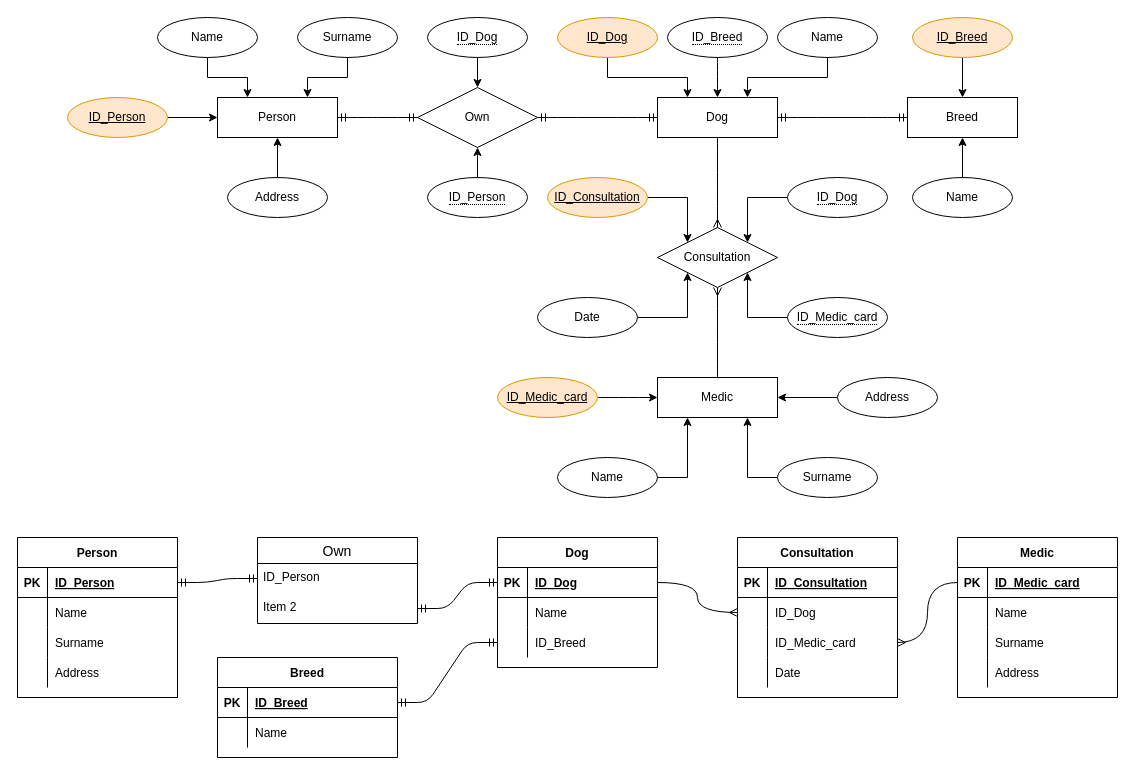
Earlier version of the draw.io diagram Laborator1/ex3/ex3.drawio (TabanschiAlex/Gestiunea-informatiei). Source tidied: cells renumbered, new cells numbered last; positions are measured from the earlier drawing's top-left corner, leaving out a move shared by most shapes. Both pictures are drawn from the tidied source at 100%, with x=0, y=0 at pixel (17, 17).
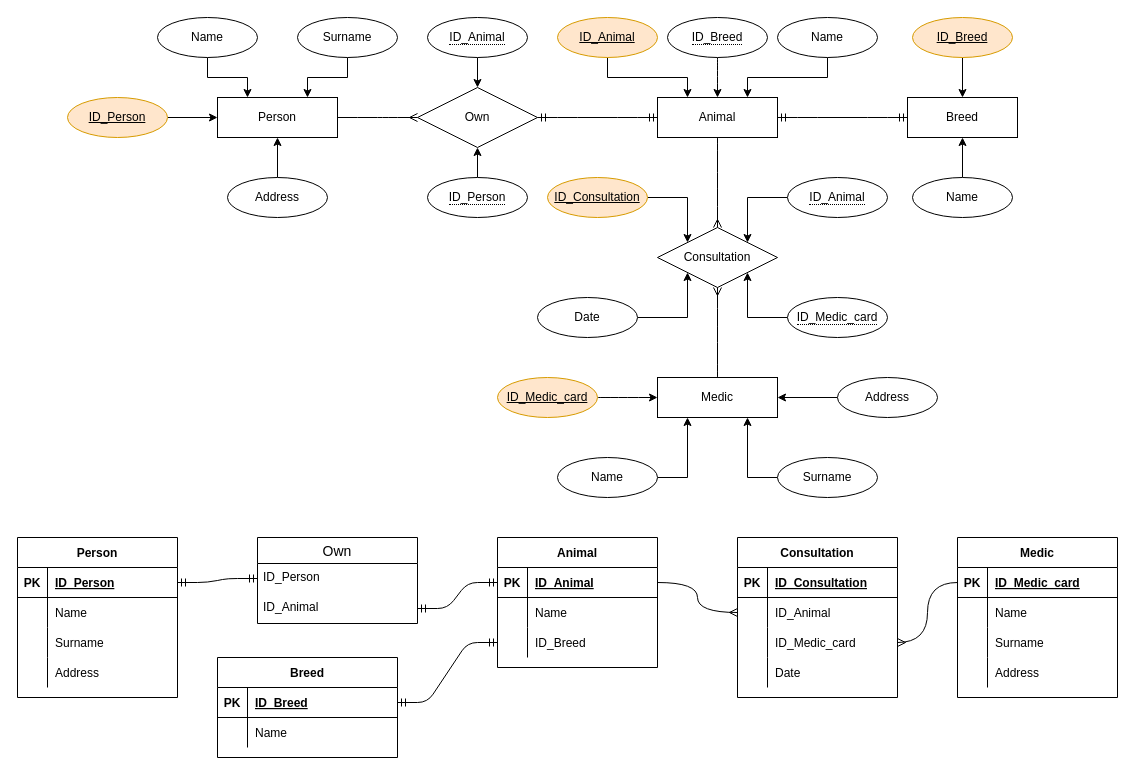
Above is the later version.

Unchanged cells that the change refers to:
```xml
<mxCell id="2" value="Person" style="whiteSpace=wrap;html=1;align=center;" parent="1" vertex="1">
  <mxGeometry x="200" y="80" width="120" height="40" as="geometry" />
</mxCell>
<mxCell id="11" value="Own" style="shape=rhombus;perimeter=rhombusPerimeter;whiteSpace=wrap;html=1;align=center;" parent="1" vertex="1">
  <mxGeometry x="400" y="70" width="120" height="60" as="geometry" />
</mxCell>
<mxCell id="64" value="Own" style="swimlane;fontStyle=0;horizontal=1;startSize=26;align=center;fontSize=14;" parent="1" vertex="1">
  <mxGeometry x="240" y="520" width="160" height="86" as="geometry" />
</mxCell>
<mxCell id="69" style="shape=partialRectangle;fillColor=none;top=0;left=0;bottom=1;right=0;points=[[0,0.5],[1,0.5]];portConstraint=eastwest;" parent="68" vertex="1">
  <mxGeometry y="30" width="160" height="30" as="geometry" />
</mxCell>
<mxCell id="91" style="shape=partialRectangle;fillColor=none;top=0;left=0;bottom=0;right=0;points=[[0,0.5],[1,0.5]];portConstraint=eastwest;" parent="87" vertex="1">
  <mxGeometry y="60" width="160" height="30" as="geometry" />
</mxCell>
```

Change to the diagram source:
```diff
@@
-    <mxCell id="12" value="Dog" style="whiteSpace=wrap;html=1;align=center;" parent="1" vertex="1">
+    <mxCell id="12" value="Animal" style="whiteSpace=wrap;html=1;align=center;" parent="1" vertex="1">
       <mxGeometry x="640" y="80" width="120" height="40" as="geometry" />
     </mxCell>
@@
-    <mxCell id="14" value="ID_Dog" style="ellipse;whiteSpace=wrap;html=1;align=center;fontStyle=4;fillColor=#ffe6cc;strokeColor=#d79b00;" parent="1" vertex="1">
+    <mxCell id="14" value="ID_Animal" style="ellipse;whiteSpace=wrap;html=1;align=center;fontStyle=4;fillColor=#ffe6cc;strokeColor=#d79b00;" parent="1" vertex="1">
       <mxGeometry x="540" width="100" height="40" as="geometry" />
     </mxCell>
@@
-    <mxCell id="23" style="edgeStyle=entityRelationEdgeStyle;fontSize=12;html=1;endArrow=ERmandOne;startArrow=ERmandOne;entryX=1;entryY=0.5;entryDx=0;entryDy=0;exitX=0;exitY=0.5;exitDx=0;exitDy=0;" parent="1" edge="1" source="11" target="2">
-      <mxGeometry relative="1" as="geometry" />
-    </mxCell>
@@
-    <mxCell id="43" value="&lt;span style=&quot;border-bottom: 1px dotted&quot;&gt;ID_Dog&lt;/span&gt;" style="ellipse;whiteSpace=wrap;html=1;align=center;" parent="1" vertex="1">
+    <mxCell id="43" value="&lt;span style=&quot;border-bottom: 1px dotted&quot;&gt;ID_Animal&lt;/span&gt;" style="ellipse;whiteSpace=wrap;html=1;align=center;" parent="1" vertex="1">
       <mxGeometry x="770" y="160" width="100" height="40" as="geometry" />
     </mxCell>
@@
-    <mxCell id="61" value="&lt;span style=&quot;border-bottom: 1px dotted&quot;&gt;ID_Dog&lt;/span&gt;" style="ellipse;whiteSpace=wrap;html=1;align=center;" parent="1" vertex="1">
+    <mxCell id="61" value="&lt;span style=&quot;border-bottom: 1px dotted&quot;&gt;ID_Animal&lt;/span&gt;" style="ellipse;whiteSpace=wrap;html=1;align=center;" parent="1" vertex="1">
       <mxGeometry x="410" width="100" height="40" as="geometry" />
     </mxCell>
@@
-    <mxCell id="66" value="Item 2" style="text;strokeColor=none;fillColor=none;spacingLeft=4;spacingRight=4;overflow=hidden;points=[[0,0.5],[1,0.5]];portConstraint=eastwest;fontSize=12;" parent="64" vertex="1">
+    <mxCell id="66" value="ID_Animal" style="text;strokeColor=none;fillColor=none;spacingLeft=4;spacingRight=4;overflow=hidden;points=[[0,0.5],[1,0.5]];portConstraint=eastwest;fontSize=12;" parent="64" vertex="1">
       <mxGeometry y="56" width="160" height="30" as="geometry" />
     </mxCell>
@@
-    <mxCell id="68" value="Dog" style="shape=table;startSize=30;childLayout=tableLayout;rowLines=0;fontStyle=1;align=center;" parent="1" vertex="1">
+    <mxCell id="68" value="Animal" style="shape=table;startSize=30;childLayout=tableLayout;rowLines=0;fontStyle=1;align=center;" parent="1" vertex="1">
       <mxGeometry x="480" y="520" width="160" height="130" as="geometry" />
     </mxCell>
@@
-    <mxCell id="71" value="ID_Dog" style="shape=partialRectangle;fillColor=none;top=0;left=0;bottom=0;right=0;align=left;spacingLeft=6;fontStyle=5;overflow=hidden;" parent="69" vertex="1">
+    <mxCell id="71" value="ID_Animal" style="shape=partialRectangle;fillColor=none;top=0;left=0;bottom=0;right=0;align=left;spacingLeft=6;fontStyle=5;overflow=hidden;" parent="69" vertex="1">
       <mxGeometry x="30" width="130" height="30" as="geometry" />
     </mxCell>
@@
-    <mxCell id="93" value="ID_Dog" style="shape=partialRectangle;fillColor=none;top=0;left=0;bottom=0;right=0;align=left;spacingLeft=6;overflow=hidden;" parent="91" vertex="1">
+    <mxCell id="93" value="ID_Animal" style="shape=partialRectangle;fillColor=none;top=0;left=0;bottom=0;right=0;align=left;spacingLeft=6;overflow=hidden;" parent="91" vertex="1">
       <mxGeometry x="30" width="130" height="30" as="geometry" />
     </mxCell>
@@
+    <mxCell id="115" style="edgeStyle=entityRelationEdgeStyle;fontSize=12;html=1;endArrow=ERmany;entryX=0;entryY=0.5;entryDx=0;entryDy=0;exitX=1;exitY=0.5;exitDx=0;exitDy=0;" parent="1" edge="1" source="2" target="11">
+      <mxGeometry relative="1" as="geometry" />
+    </mxCell>
```
